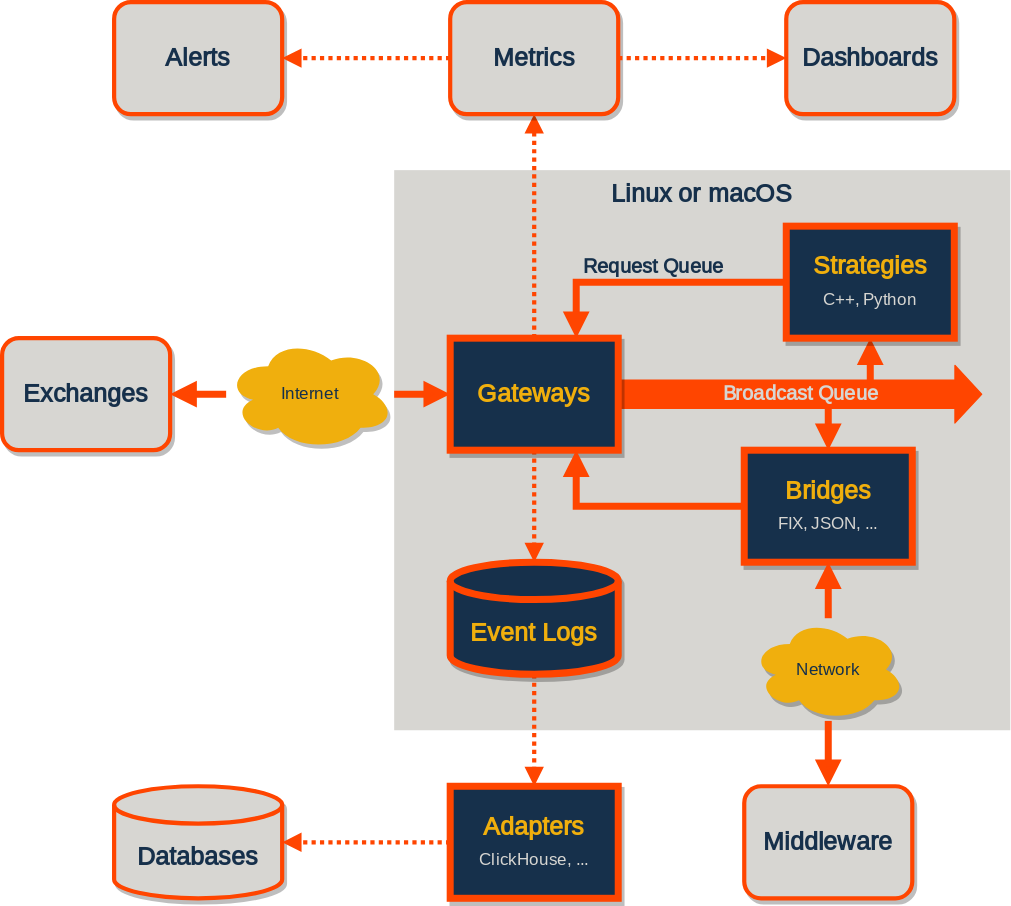
Earlier version of the draw.io export profile/architecture_reference.svg (roq-trading/.github). Source tidied: cells renumbered, new cells last; positions are measured from the earlier drawing's top-left corner, leaving out a move shared by most shapes.
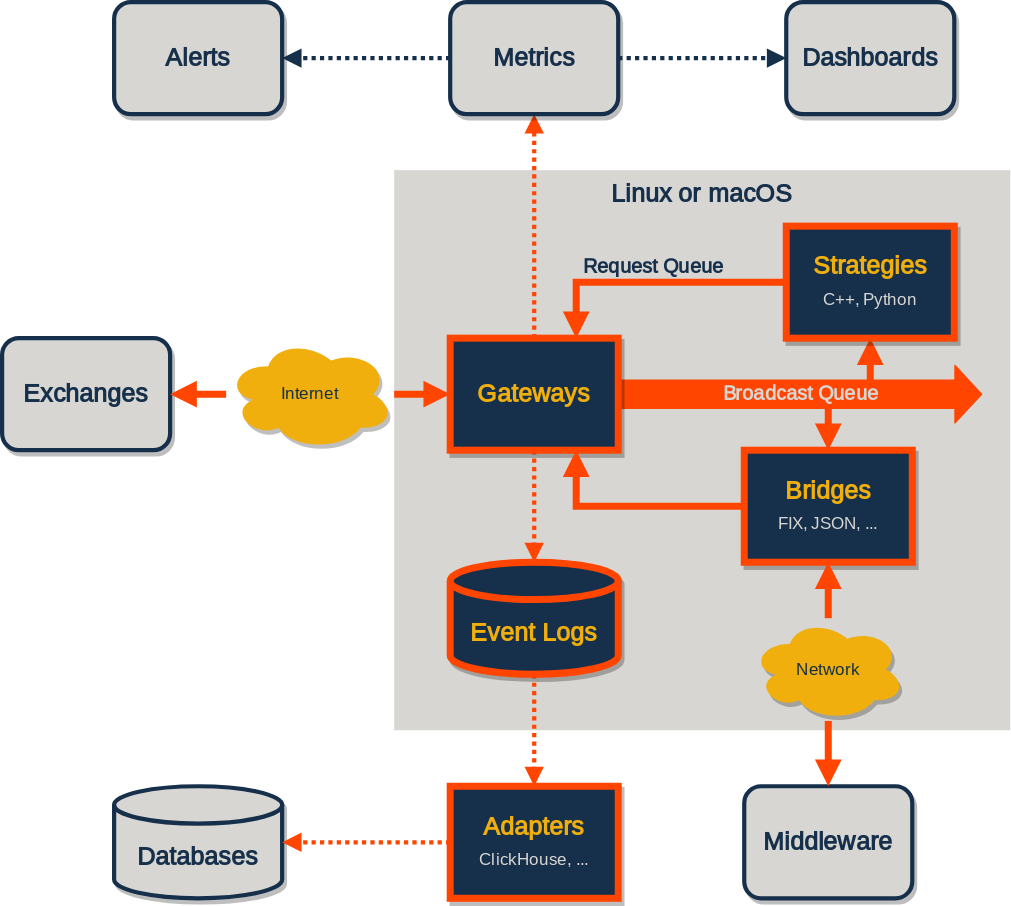
Later version of the same file.

What changed in the source:
```diff
@@ -38,7 +38,7 @@
     <mxCell id="11" value="&lt;b&gt;&lt;font color=&quot;#f0af0d&quot;&gt;Bridges&lt;/font&gt;&lt;/b&gt;&lt;font style=&quot;font-size: 12px;&quot;&gt;&lt;br style=&quot;&quot;&gt;&lt;font color=&quot;#d7d6d2&quot;&gt;FIX, JSON, ...&lt;/font&gt;&lt;/font&gt;" style="rounded=0;whiteSpace=wrap;html=1;fontStyle=0;fontColor=#FFFFFF;fillColor=#16304b;strokeColor=#ff4500;strokeWidth=5;fontFamily=Quattrocento Sans;fontSource=https%3A%2F%2Ffonts.googleapis.com%2Fcss%3Ffamily%3DQuattrocento%2BSans;fontSize=18;shadow=1;" parent="1" vertex="1">
       <mxGeometry x="530" y="320" width="120" height="80" as="geometry" />
     </mxCell>
-    <mxCell id="12" value="Exchanges" style="rounded=1;whiteSpace=wrap;html=1;labelBackgroundColor=none;fontStyle=1;fontColor=#16304B;fillColor=#D7D6D2;strokeColor=#ff4500;strokeWidth=3;fontFamily=Quattrocento Sans;fontSource=https%3A%2F%2Ffonts.googleapis.com%2Fcss%3Ffamily%3DQuattrocento%2BSans;fontSize=18;shadow=1;" parent="1" vertex="1">
+    <mxCell id="12" value="Exchanges" style="rounded=1;whiteSpace=wrap;html=1;labelBackgroundColor=none;fontStyle=1;fontColor=#16304B;fillColor=#D7D6D2;strokeColor=#16304B;strokeWidth=3;fontFamily=Quattrocento Sans;fontSource=https%3A%2F%2Ffonts.googleapis.com%2Fcss%3Ffamily%3DQuattrocento%2BSans;fontSize=18;shadow=1;" parent="1" vertex="1">
       <mxGeometry y="240" width="120" height="80" as="geometry" />
     </mxCell>
     <mxCell id="13" value="&lt;font color=&quot;#f0af0d&quot;&gt;&lt;br style=&quot;font-size: 18px;&quot;&gt;Event Logs&lt;/font&gt;" style="strokeWidth=5;html=1;shape=mxgraph.flowchart.database;whiteSpace=wrap;strokeColor=#FF4500;fillColor=#16304B;fontColor=#FFFFFF;verticalAlign=middle;fontFamily=Quattrocento Sans;fontSource=https%3A%2F%2Ffonts.googleapis.com%2Fcss%3Ffamily%3DQuattrocento%2BSans;fontSize=18;fontStyle=1;shadow=1;" parent="1" vertex="1">
@@ -47,28 +47,28 @@
     <mxCell id="14" value="&lt;font color=&quot;#f0af0d&quot;&gt;&lt;b&gt;Adapters&lt;/b&gt;&lt;/font&gt;&lt;font style=&quot;font-size: 12px;&quot;&gt;&lt;br style=&quot;&quot;&gt;&lt;font color=&quot;#d7d6d2&quot;&gt;ClickHouse, ...&lt;/font&gt;&lt;/font&gt;" style="rounded=0;whiteSpace=wrap;html=1;labelBackgroundColor=none;fontStyle=0;fontColor=#FFFFFF;fillColor=#16304B;strokeColor=#FF4500;strokeWidth=5;fontFamily=Quattrocento Sans;fontSource=https%3A%2F%2Ffonts.googleapis.com%2Fcss%3Ffamily%3DQuattrocento%2BSans;fontSize=18;shadow=1;" parent="1" vertex="1">
       <mxGeometry x="320" y="560" width="120" height="80" as="geometry" />
     </mxCell>
-    <mxCell id="15" value="&lt;br style=&quot;font-size: 18px;&quot;&gt;Databases" style="strokeWidth=3;html=1;shape=mxgraph.flowchart.database;whiteSpace=wrap;strokeColor=#FF4500;fillColor=#D7D6D2;fontColor=#16304B;verticalAlign=middle;fontFamily=Quattrocento Sans;fontSource=https%3A%2F%2Ffonts.googleapis.com%2Fcss%3Ffamily%3DQuattrocento%2BSans;fontSize=18;fontStyle=1;shadow=1;" parent="1" vertex="1">
+    <mxCell id="15" value="&lt;br style=&quot;font-size: 18px;&quot;&gt;Databases" style="strokeWidth=3;html=1;shape=mxgraph.flowchart.database;whiteSpace=wrap;strokeColor=#16304B;fillColor=#D7D6D2;fontColor=#16304B;verticalAlign=middle;fontFamily=Quattrocento Sans;fontSource=https%3A%2F%2Ffonts.googleapis.com%2Fcss%3Ffamily%3DQuattrocento%2BSans;fontSize=18;fontStyle=1;shadow=1;" parent="1" vertex="1">
       <mxGeometry x="80" y="560" width="120" height="80" as="geometry" />
     </mxCell>
     <mxCell id="16" style="endArrow=block;startArrow=none;html=1;entryX=0;entryY=0.5;entryDx=0;entryDy=0;endFill=1;strokeWidth=5;startFill=1;strokeColor=#ff4500;fontFamily=Quattrocento Sans;fontSource=https%3A%2F%2Ffonts.googleapis.com%2Fcss%3Ffamily%3DQuattrocento%2BSans;fontSize=14;" parent="1" edge="1" source="29" target="9">
       <mxGeometry relative="1" as="geometry" />
     </mxCell>
-    <mxCell id="17" value="Metrics" style="rounded=1;whiteSpace=wrap;html=1;labelBackgroundColor=none;fontStyle=1;fontColor=#16304B;fillColor=#D7D6D2;strokeColor=#FF4500;strokeWidth=3;fontFamily=Quattrocento Sans;fontSource=https%3A%2F%2Ffonts.googleapis.com%2Fcss%3Ffamily%3DQuattrocento%2BSans;fontSize=18;shadow=1;" parent="1" vertex="1">
+    <mxCell id="17" value="Metrics" style="rounded=1;whiteSpace=wrap;html=1;labelBackgroundColor=none;fontStyle=1;fontColor=#16304B;fillColor=#D7D6D2;strokeColor=#16304B;strokeWidth=3;fontFamily=Quattrocento Sans;fontSource=https%3A%2F%2Ffonts.googleapis.com%2Fcss%3Ffamily%3DQuattrocento%2BSans;fontSize=18;shadow=1;" parent="1" vertex="1">
       <mxGeometry x="320" width="120" height="80" as="geometry" />
     </mxCell>
-    <mxCell id="18" value="Dashboards" style="rounded=1;whiteSpace=wrap;html=1;labelBackgroundColor=none;fontStyle=1;fontColor=#16304B;fillColor=#D7D6D2;strokeColor=#FF4500;strokeWidth=3;fontFamily=Quattrocento Sans;fontSource=https%3A%2F%2Ffonts.googleapis.com%2Fcss%3Ffamily%3DQuattrocento%2BSans;fontSize=18;shadow=1;" parent="1" vertex="1">
+    <mxCell id="18" value="Dashboards" style="rounded=1;whiteSpace=wrap;html=1;labelBackgroundColor=none;fontStyle=1;fontColor=#16304B;fillColor=#D7D6D2;strokeColor=#16304B;strokeWidth=3;fontFamily=Quattrocento Sans;fontSource=https%3A%2F%2Ffonts.googleapis.com%2Fcss%3Ffamily%3DQuattrocento%2BSans;fontSize=18;shadow=1;" parent="1" vertex="1">
       <mxGeometry x="560" width="120" height="80" as="geometry" />
     </mxCell>
-    <mxCell id="19" value="Alerts" style="rounded=1;whiteSpace=wrap;html=1;labelBackgroundColor=none;fontStyle=1;fontColor=#16304B;fillColor=#D7D6D2;strokeColor=#FF4500;strokeWidth=3;fontFamily=Quattrocento Sans;fontSource=https%3A%2F%2Ffonts.googleapis.com%2Fcss%3Ffamily%3DQuattrocento%2BSans;fontSize=18;shadow=1;" parent="1" vertex="1">
+    <mxCell id="19" value="Alerts" style="rounded=1;whiteSpace=wrap;html=1;labelBackgroundColor=none;fontStyle=1;fontColor=#16304B;fillColor=#D7D6D2;strokeColor=#16304B;strokeWidth=3;fontFamily=Quattrocento Sans;fontSource=https%3A%2F%2Ffonts.googleapis.com%2Fcss%3Ffamily%3DQuattrocento%2BSans;fontSize=18;shadow=1;" parent="1" vertex="1">
       <mxGeometry x="80" width="120" height="80" as="geometry" />
     </mxCell>
-    <mxCell id="20" style="endArrow=block;html=1;strokeWidth=3;endFill=1;strokeColor=#FF4500;exitX=0;exitY=0.5;exitDx=0;exitDy=0;entryX=1;entryY=0.5;entryDx=0;entryDy=0;dashed=1;dashPattern=1 1;fontColor=#000000;fontFamily=Quattrocento Sans;fontSource=https%3A%2F%2Ffonts.googleapis.com%2Fcss%3Ffamily%3DQuattrocento%2BSans;fontSize=14;" parent="1" edge="1" source="17" target="19">
+    <mxCell id="20" style="endArrow=block;html=1;strokeWidth=3;endFill=1;strokeColor=#16304B;exitX=0;exitY=0.5;exitDx=0;exitDy=0;entryX=1;entryY=0.5;entryDx=0;entryDy=0;dashed=1;dashPattern=1 1;fontColor=#000000;fontFamily=Quattrocento Sans;fontSource=https%3A%2F%2Ffonts.googleapis.com%2Fcss%3Ffamily%3DQuattrocento%2BSans;fontSize=14;" parent="1" edge="1" source="17" target="19">
       <mxGeometry relative="1" as="geometry" />
     </mxCell>
     <mxCell id="21" style="endArrow=block;html=1;strokeWidth=3;endFill=1;strokeColor=#FF4500;exitX=0;exitY=0.5;exitDx=0;exitDy=0;dashed=1;dashPattern=1 1;fontColor=#000000;fontFamily=Quattrocento Sans;fontSource=https%3A%2F%2Ffonts.googleapis.com%2Fcss%3Ffamily%3DQuattrocento%2BSans;fontSize=14;" parent="1" edge="1" source="14" target="15">
       <mxGeometry relative="1" as="geometry" />
     </mxCell>
-    <mxCell id="22" style="endArrow=block;html=1;strokeWidth=3;endFill=1;strokeColor=#FF4500;exitX=1;exitY=0.5;exitDx=0;exitDy=0;entryX=0;entryY=0.5;entryDx=0;entryDy=0;dashed=1;dashPattern=1 1;fontColor=#000000;fontFamily=Quattrocento Sans;fontSource=https%3A%2F%2Ffonts.googleapis.com%2Fcss%3Ffamily%3DQuattrocento%2BSans;fontSize=14;" parent="1" edge="1" source="17" target="18">
+    <mxCell id="22" style="endArrow=block;html=1;strokeWidth=3;endFill=1;strokeColor=#16304B;exitX=1;exitY=0.5;exitDx=0;exitDy=0;entryX=0;entryY=0.5;entryDx=0;entryDy=0;dashed=1;dashPattern=1 1;fontColor=#000000;fontFamily=Quattrocento Sans;fontSource=https%3A%2F%2Ffonts.googleapis.com%2Fcss%3Ffamily%3DQuattrocento%2BSans;fontSize=14;" parent="1" edge="1" source="17" target="18">
       <mxGeometry relative="1" as="geometry" />
     </mxCell>
     <mxCell id="23" style="edgeStyle=orthogonalEdgeStyle;rounded=0;jettySize=auto;html=1;entryX=0.75;entryY=1;entryDx=0;entryDy=0;strokeWidth=5;endArrow=block;endFill=1;strokeColor=#ff4500;exitX=0;exitY=0.5;exitDx=0;exitDy=0;fontFamily=Quattrocento Sans;fontSource=https%3A%2F%2Ffonts.googleapis.com%2Fcss%3Ffamily%3DQuattrocento%2BSans;fontSize=14;" parent="1" edge="1" source="11" target="9">
@@ -77,7 +77,7 @@
     <mxCell id="24" value="Request Queue" style="edgeStyle=orthogonalEdgeStyle;rounded=0;jettySize=auto;html=1;exitX=0;exitY=0.5;exitDx=0;exitDy=0;entryX=0.75;entryY=0;entryDx=0;entryDy=0;strokeWidth=5;endArrow=block;endFill=1;strokeColor=#ff4500;labelBackgroundColor=none;labelPosition=center;verticalLabelPosition=top;align=center;verticalAlign=bottom;fontFamily=Quattrocento Sans;fontSource=https%3A%2F%2Ffonts.googleapis.com%2Fcss%3Ffamily%3DQuattrocento%2BSans;fontSize=14;fontColor=#16304B;fontStyle=1;" parent="1" edge="1" source="10" target="9">
       <mxGeometry relative="1" as="geometry" />
     </mxCell>
-    <mxCell id="25" value="Middleware" style="rounded=1;whiteSpace=wrap;html=1;labelBackgroundColor=none;fontStyle=1;fontColor=#16304B;fillColor=#D7D6D2;strokeColor=#FF4500;strokeWidth=3;fontFamily=Quattrocento Sans;fontSource=https%3A%2F%2Ffonts.googleapis.com%2Fcss%3Ffamily%3DQuattrocento%2BSans;fontSize=18;shadow=1;" parent="1" vertex="1">
+    <mxCell id="25" value="Middleware" style="rounded=1;whiteSpace=wrap;html=1;labelBackgroundColor=none;fontStyle=1;fontColor=#16304B;fillColor=#D7D6D2;strokeColor=#16304B;strokeWidth=3;fontFamily=Quattrocento Sans;fontSource=https%3A%2F%2Ffonts.googleapis.com%2Fcss%3Ffamily%3DQuattrocento%2BSans;fontSize=18;shadow=1;" parent="1" vertex="1">
       <mxGeometry x="530" y="560" width="120" height="80" as="geometry" />
     </mxCell>
     <mxCell id="26" style="endArrow=block;html=1;strokeWidth=5;endFill=1;strokeColor=#FF4500;entryX=0.5;entryY=0;entryDx=0;entryDy=0;startArrow=none;startFill=1;labelPosition=right;verticalLabelPosition=middle;align=left;verticalAlign=middle;labelBackgroundColor=none;exitX=0.5;exitY=1;exitDx=0;exitDy=0;fontFamily=Quattrocento Sans;fontSource=https%3A%2F%2Ffonts.googleapis.com%2Fcss%3Ffamily%3DQuattrocento%2BSans;fontSize=14;" parent="1" edge="1" source="27" target="25">
```
